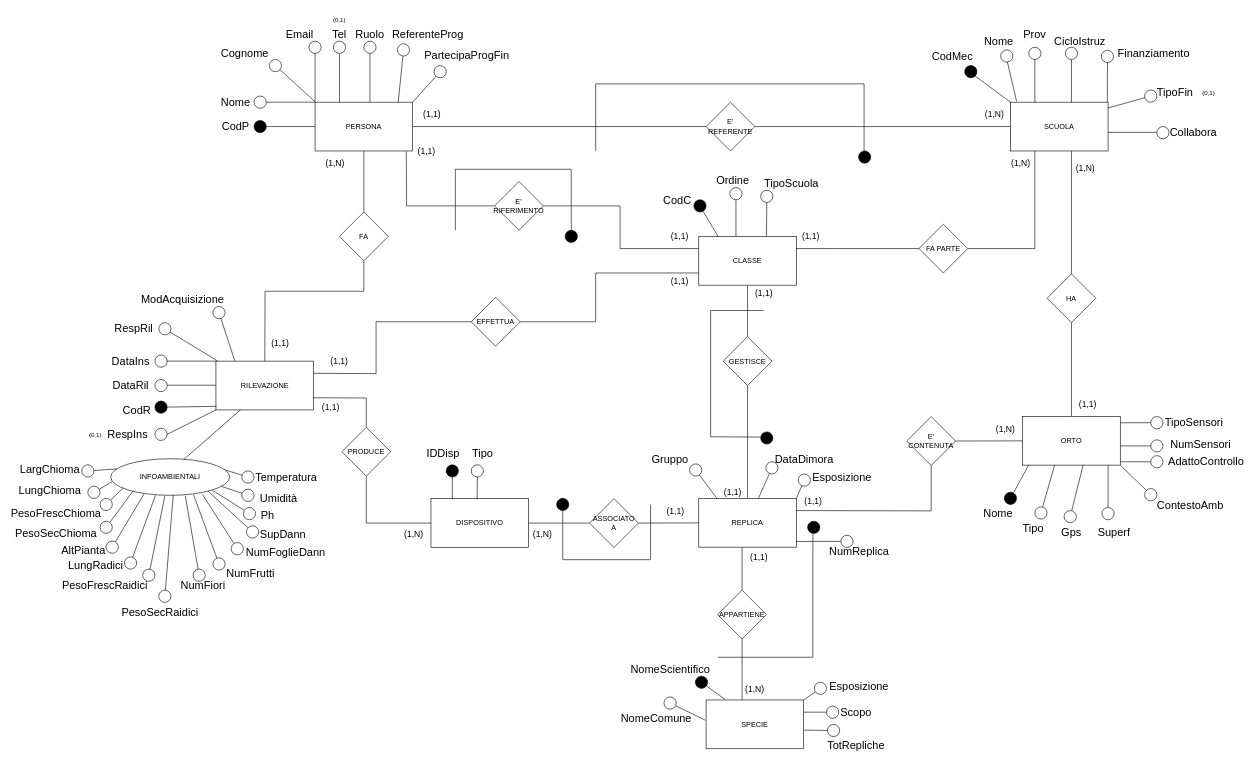
This is BD_ER_Massimo_2023.drawio from pizzo-kyle/unige, a draw.io file, before an edit. Source tidied: cells renumbered, new cells numbered last; positions are measured from the earlier drawing's top-left corner, leaving out a move shared by most shapes. Both pictures are drawn from the tidied source at 61%, with x=0, y=0 at pixel (35, 10).
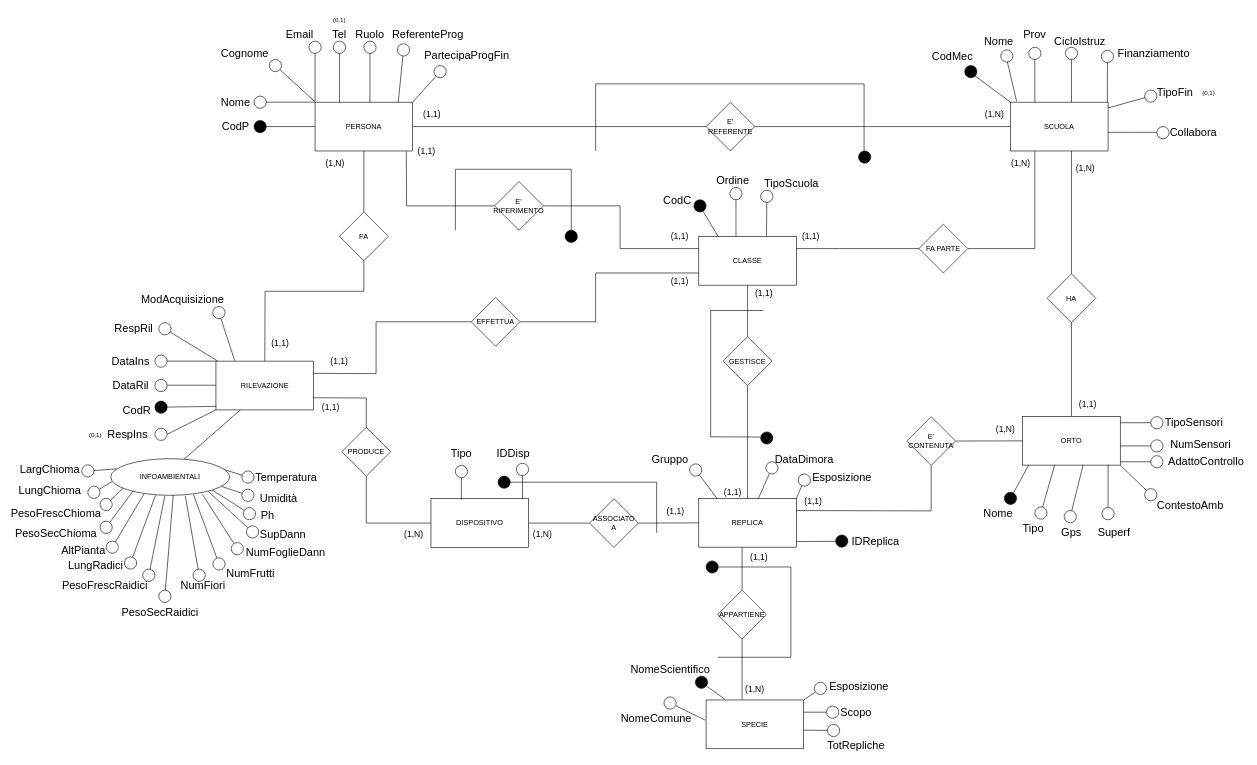
The same page after the edit.

The change refers to these unchanged cells:
```xml
<mxCell id="9" value="REPLICA" style="rounded=0;whiteSpace=wrap;html=1;" parent="1" vertex="1">
  <mxGeometry x="1087" y="799.5" width="160" height="80" as="geometry" />
</mxCell>
```

Diff of the diagram source:
```diff
@@
-    <mxCell id="71" style="endArrow=none;html=1;rounded=0;exitX=0.5;exitY=1;exitDx=0;exitDy=0;entryX=1.001;entryY=0.883;entryDx=0;entryDy=0;entryPerimeter=0;" parent="1" edge="1" source="237" target="9">
-      <mxGeometry relative="1" as="geometry" />
+    <mxCell id="71" style="endArrow=none;html=1;rounded=0;exitX=0.5;exitY=1;exitDx=0;exitDy=0;entryX=1.001;entryY=0.883;entryDx=0;entryDy=0;entryPerimeter=0;" parent="1" edge="1" target="9">
+      <mxGeometry relative="1" as="geometry">
+        <mxPoint x="1320" y="870" as="sourcePoint" />
+      </mxGeometry>
     </mxCell>
-    <mxCell id="72" value="&lt;span style=&quot;font-size: 18px;&quot;&gt;NumReplica&lt;/span&gt;" style="text;html=1;strokeColor=none;fillColor=none;align=center;verticalAlign=middle;whiteSpace=wrap;rounded=0;" parent="1" vertex="1">
-      <mxGeometry x="1320" y="872" width="60" height="30" as="geometry" />
+    <mxCell id="72" value="&lt;span style=&quot;font-size: 18px;&quot;&gt;IDReplica&lt;/span&gt;" style="text;html=1;strokeColor=none;fillColor=none;align=center;verticalAlign=middle;whiteSpace=wrap;rounded=0;" parent="1" vertex="1">
+      <mxGeometry x="1346.5" y="855.5" width="60" height="30" as="geometry" />
     </mxCell>
@@
     <mxCell id="151" style="endArrow=none;html=1;rounded=0;entryX=0;entryY=0;entryDx=0;entryDy=0;" parent="1" edge="1">
       <mxGeometry relative="1" as="geometry">
-        <mxPoint x="683" y="761" as="sourcePoint" />
-        <mxPoint x="683" y="801" as="targetPoint" />
+        <mxPoint x="798" y="760" as="sourcePoint" />
+        <mxPoint x="798" y="801" as="targetPoint" />
       </mxGeometry>
     </mxCell>
     <mxCell id="152" style="endArrow=none;html=1;rounded=0;entryX=0;entryY=0;entryDx=0;entryDy=0;exitX=1;exitY=0.5;exitDx=0;exitDy=0;" parent="1" edge="1" source="154">
       <mxGeometry relative="1" as="geometry">
-        <mxPoint x="723.7" y="801" as="targetPoint" />
+        <mxPoint x="697.7" y="802" as="targetPoint" />
       </mxGeometry>
     </mxCell>
     <mxCell id="153" value="&lt;span style=&quot;font-size: 18px;&quot;&gt;Tipo&lt;/span&gt;" style="text;html=1;strokeColor=none;fillColor=none;align=center;verticalAlign=middle;whiteSpace=wrap;rounded=0;" parent="1" vertex="1">
-      <mxGeometry x="708" y="711" width="50" height="30" as="geometry" />
+      <mxGeometry x="673" y="711" width="50" height="30" as="geometry" />
     </mxCell>
     <mxCell id="154" style="ellipse;whiteSpace=wrap;html=1;fillColor=#FFFFFF;direction=south;gradientColor=none;" parent="1" vertex="1">
-      <mxGeometry x="714" y="744.5" width="20" height="20" as="geometry" />
+      <mxGeometry x="688" y="745.5" width="20" height="20" as="geometry" />
     </mxCell>
     <mxCell id="155" value="&lt;span style=&quot;font-size: 18px;&quot;&gt;IDDisp&lt;/span&gt;" style="text;html=1;strokeColor=none;fillColor=none;align=center;verticalAlign=middle;whiteSpace=wrap;rounded=0;" parent="1" vertex="1">
-      <mxGeometry x="643" y="711" width="50" height="30" as="geometry" />
+      <mxGeometry x="758" y="711" width="50" height="30" as="geometry" />
     </mxCell>
-    <mxCell id="156" style="ellipse;whiteSpace=wrap;html=1;fillColor=#000000;direction=south;gradientColor=none;" parent="1" vertex="1">
-      <mxGeometry x="673" y="744.5" width="20" height="20" as="geometry" />
-    </mxCell>
@@
     <mxCell id="212" style="ellipse;whiteSpace=wrap;html=1;fillColor=#000000;direction=south;gradientColor=none;" parent="1" vertex="1">
-      <mxGeometry x="1265.5" y="837" width="20" height="20" as="geometry" />
+      <mxGeometry x="1099" y="902" width="20" height="20" as="geometry" />
     </mxCell>
@@
-    <mxCell id="237" style="ellipse;whiteSpace=wrap;html=1;fillColor=#FFFFFF;direction=south;gradientColor=none;" parent="1" vertex="1">
-      <mxGeometry x="1320" y="860" width="20" height="20" as="geometry" />
-    </mxCell>
@@
-    <mxCell id="241" style="ellipse;whiteSpace=wrap;html=1;fillColor=#000000;direction=south;gradientColor=none;" parent="1" vertex="1">
-      <mxGeometry x="854" y="799.5" width="20" height="20" as="geometry" />
-    </mxCell>
@@
-    <mxCell id="247" style="endArrow=none;html=1;rounded=0;exitX=1;exitY=0.5;exitDx=0;exitDy=0;" parent="1" edge="1" source="241">
+    <mxCell id="247" style="endArrow=none;html=1;rounded=0;" parent="1" edge="1" source="241">
       <mxGeometry relative="1" as="geometry">
-        <mxPoint x="1008" y="810" as="targetPoint" />
+        <mxPoint x="1018" y="856" as="targetPoint" />
         <Array as="points">
-          <mxPoint x="864" y="900" />
-          <mxPoint x="1008" y="900" />
+          <mxPoint x="1018" y="773" />
         </Array>
       </mxGeometry>
     </mxCell>
-    <mxCell id="248" style="endArrow=none;html=1;rounded=0;entryX=1.012;entryY=0.56;entryDx=0;entryDy=0;entryPerimeter=0;" parent="1" edge="1" target="212">
+    <mxCell id="248" style="endArrow=none;html=1;rounded=0;" parent="1" edge="1" target="212">
       <mxGeometry relative="1" as="geometry">
         <mxPoint x="1118" y="1060" as="sourcePoint" />
         <Array as="points">
-          <mxPoint x="1274" y="1060" />
-          <mxPoint x="1274" y="900" />
+          <mxPoint x="1238" y="1060" />
+          <mxPoint x="1238" y="912" />
         </Array>
       </mxGeometry>
     </mxCell>
@@
+    <mxCell id="256" style="ellipse;whiteSpace=wrap;html=1;fillColor=#000000;direction=south;gradientColor=none;" parent="1" vertex="1">
+      <mxGeometry x="1311.5" y="859.5" width="20" height="20" as="geometry" />
+    </mxCell>
+    <mxCell id="257" style="endArrow=none;html=1;rounded=0;" parent="1" edge="1" target="241">
+      <mxGeometry relative="1" as="geometry">
+        <mxPoint x="768" y="770" as="sourcePoint" />
+      </mxGeometry>
+    </mxCell>
+    <mxCell id="241" style="ellipse;whiteSpace=wrap;html=1;fillColor=#000000;direction=south;gradientColor=none;" parent="1" vertex="1">
+      <mxGeometry x="758" y="763" width="20" height="20" as="geometry" />
+    </mxCell>
+    <mxCell id="258" style="ellipse;whiteSpace=wrap;html=1;fillColor=#FFFFFF;direction=south;gradientColor=none;" parent="1" vertex="1">
+      <mxGeometry x="788" y="742" width="20" height="20" as="geometry" />
+    </mxCell>
```
